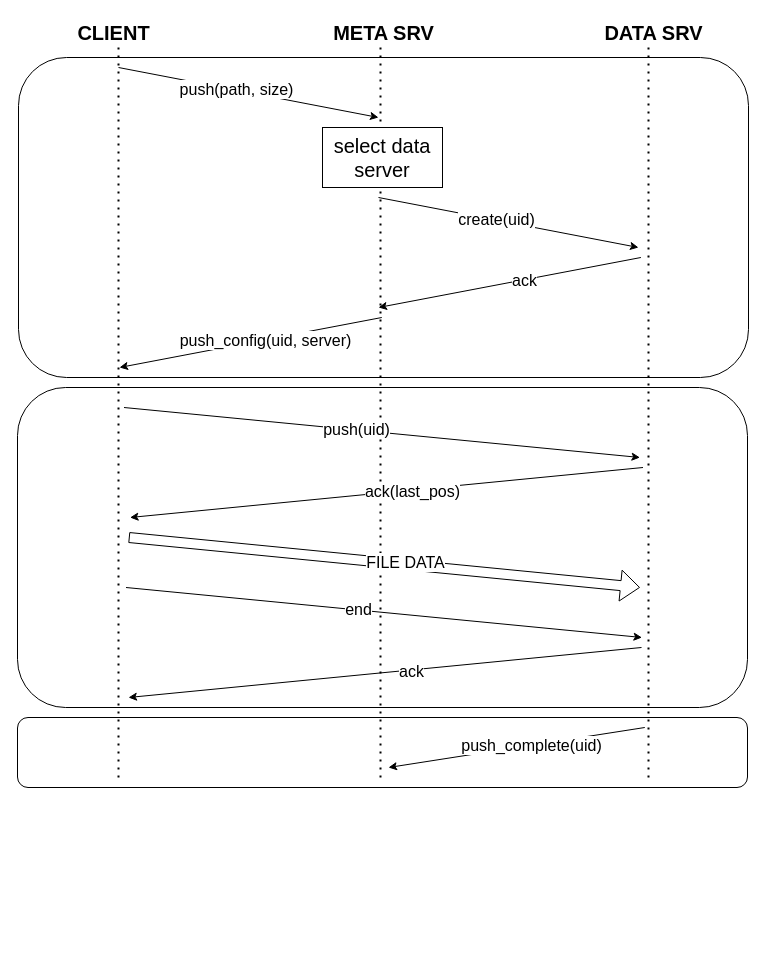
This is diagrams/requests/push request.drawio from ale99WGiais/tesina_iot, a draw.io file, before an edit. Source tidied: cells renumbered, new cells numbered last; positions are measured from the earlier drawing's top-left corner, leaving out a move shared by most shapes. Both pictures are drawn from the tidied source at 100%, with x=0, y=0 at pixel (17, 17).
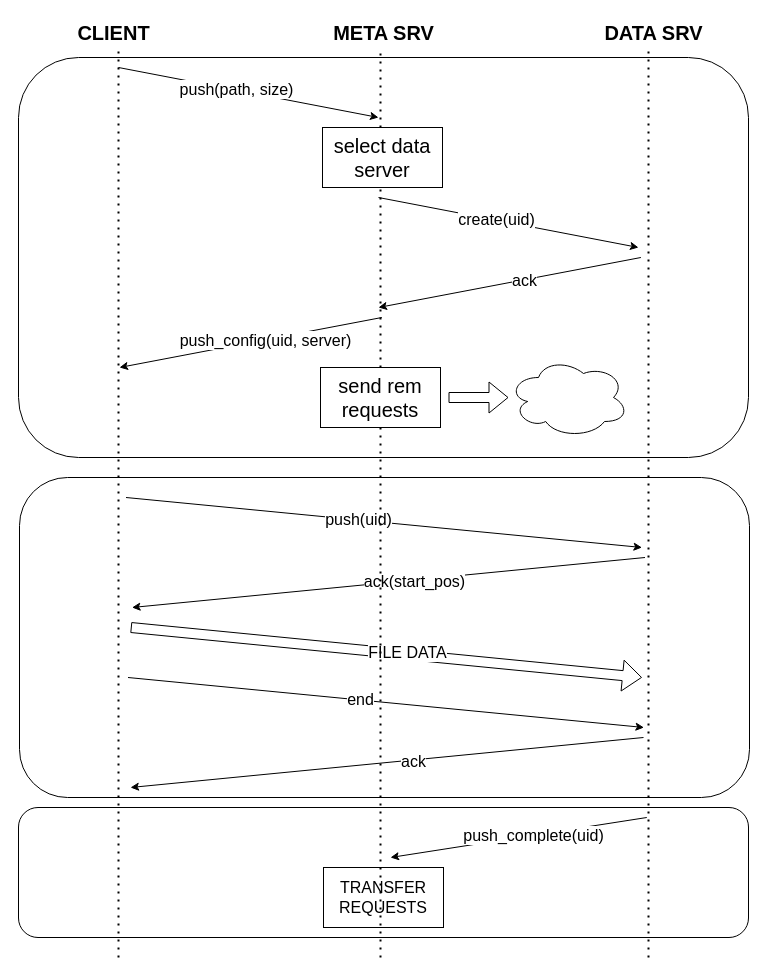
Above is the later version.

What changed in the source:
```diff
@@
     <mxCell id="2" style="rounded=1;whiteSpace=wrap;html=1;fontSize=16;" parent="1" vertex="1">
-      <mxGeometry y="700" width="730" height="70" as="geometry" />
+      <mxGeometry x="1" y="790" width="730" height="130" as="geometry" />
     </mxCell>
     <mxCell id="3" style="rounded=1;whiteSpace=wrap;html=1;fontSize=16;" parent="1" vertex="1">
-      <mxGeometry y="370" width="730" height="320" as="geometry" />
+      <mxGeometry x="2" y="460" width="730" height="320" as="geometry" />
     </mxCell>
     <mxCell id="4" style="rounded=1;whiteSpace=wrap;html=1;fontSize=16;" parent="1" vertex="1">
-      <mxGeometry x="1" y="40" width="730" height="320" as="geometry" />
+      <mxGeometry x="1" y="40" width="730" height="400" as="geometry" />
     </mxCell>
-    <mxCell id="5" style="endArrow=none;dashed=1;html=1;dashPattern=1 3;strokeWidth=2;fontSize=12;" parent="1" edge="1">
+    <mxCell id="5" style="endArrow=none;dashed=1;html=1;dashPattern=1 3;strokeWidth=2;fontSize=12;" parent="1" edge="1" source="33">
       <mxGeometry relative="1" as="geometry">
-        <mxPoint x="363" y="760" as="sourcePoint" />
         <mxPoint x="363" y="30" as="targetPoint" />
       </mxGeometry>
     </mxCell>
@@
     <mxCell id="17" style="endArrow=classic;html=1;fontSize=16;" parent="1" edge="1">
       <mxGeometry relative="1" as="geometry">
-        <mxPoint x="106.5" y="390" as="sourcePoint" />
-        <mxPoint x="622.5" y="440" as="targetPoint" />
+        <mxPoint x="108.5" y="480" as="sourcePoint" />
+        <mxPoint x="624.5" y="530" as="targetPoint" />
       </mxGeometry>
     </mxCell>
@@
     <mxCell id="19" style="endArrow=none;dashed=1;html=1;dashPattern=1 3;strokeWidth=2;fontSize=12;" parent="1" edge="1">
       <mxGeometry relative="1" as="geometry">
-        <mxPoint x="101" y="760" as="sourcePoint" />
+        <mxPoint x="101" y="940" as="sourcePoint" />
         <mxPoint x="101" y="30" as="targetPoint" />
       </mxGeometry>
     </mxCell>
     <mxCell id="20" style="endArrow=none;dashed=1;html=1;dashPattern=1 3;strokeWidth=2;fontSize=12;" parent="1" edge="1">
       <mxGeometry relative="1" as="geometry">
-        <mxPoint x="631" y="760" as="sourcePoint" />
+        <mxPoint x="631" y="940" as="sourcePoint" />
         <mxPoint x="631" y="30" as="targetPoint" />
       </mxGeometry>
     </mxCell>
@@
     <mxCell id="22" style="endArrow=classic;html=1;fontSize=16;" parent="1" edge="1">
       <mxGeometry relative="1" as="geometry">
-        <mxPoint x="625.5" y="450" as="sourcePoint" />
-        <mxPoint x="112.5" y="500" as="targetPoint" />
+        <mxPoint x="627.5" y="540" as="sourcePoint" />
+        <mxPoint x="114.5" y="590" as="targetPoint" />
       </mxGeometry>
     </mxCell>
-    <mxCell id="23" value="ack(last_pos)" style="edgeLabel;html=1;align=center;verticalAlign=middle;fontSize=16;" parent="22" vertex="1">
+    <mxCell id="23" value="ack(start_pos)" style="edgeLabel;html=1;align=center;verticalAlign=middle;fontSize=16;" parent="22" vertex="1">
       <mxGeometry x="-0.1" y="1" relative="1" as="geometry" />
     </mxCell>
     <mxCell id="24" style="shape=flexArrow;endArrow=classic;html=1;fontSize=16;" parent="1" edge="1">
       <mxGeometry relative="1" as="geometry">
-        <mxPoint x="111.3" y="520" as="sourcePoint" />
-        <mxPoint x="622.5" y="570" as="targetPoint" />
+        <mxPoint x="113.3" y="610" as="sourcePoint" />
+        <mxPoint x="624.5" y="660" as="targetPoint" />
       </mxGeometry>
     </mxCell>
@@
     <mxCell id="26" style="endArrow=classic;html=1;fontSize=16;" parent="1" edge="1">
       <mxGeometry relative="1" as="geometry">
-        <mxPoint x="108.5" y="570" as="sourcePoint" />
-        <mxPoint x="624.5" y="620" as="targetPoint" />
+        <mxPoint x="110.5" y="660" as="sourcePoint" />
+        <mxPoint x="626.5" y="710" as="targetPoint" />
       </mxGeometry>
     </mxCell>
@@
     <mxCell id="28" style="endArrow=classic;html=1;fontSize=16;" parent="1" edge="1">
       <mxGeometry relative="1" as="geometry">
-        <mxPoint x="624" y="630" as="sourcePoint" />
-        <mxPoint x="111" y="680" as="targetPoint" />
+        <mxPoint x="626" y="720" as="sourcePoint" />
+        <mxPoint x="113" y="770" as="targetPoint" />
       </mxGeometry>
     </mxCell>
@@
     <mxCell id="30" style="endArrow=classic;html=1;fontSize=16;" parent="1" edge="1">
       <mxGeometry relative="1" as="geometry">
-        <mxPoint x="627.3" y="710" as="sourcePoint" />
-        <mxPoint x="371" y="750" as="targetPoint" />
+        <mxPoint x="629.3" y="800" as="sourcePoint" />
+        <mxPoint x="373" y="840" as="targetPoint" />
       </mxGeometry>
     </mxCell>
@@
+    <mxCell id="32" value="&lt;font style=&quot;font-size: 16px;&quot;&gt;TRANSFER REQUESTS&lt;/font&gt;" style="rounded=0;whiteSpace=wrap;html=1;fontSize=16;" parent="1" vertex="1">
+      <mxGeometry x="306" y="850" width="120" height="60" as="geometry" />
+    </mxCell>
+    <mxCell id="33" value="&lt;div&gt;send rem requests&lt;/div&gt;" style="rounded=0;whiteSpace=wrap;html=1;fontSize=20;" parent="1" vertex="1">
+      <mxGeometry x="303" y="350" width="120" height="60" as="geometry" />
+    </mxCell>
+    <mxCell id="34" style="endArrow=none;dashed=1;html=1;dashPattern=1 3;strokeWidth=2;fontSize=12;" parent="1" edge="1" target="33">
+      <mxGeometry relative="1" as="geometry">
+        <mxPoint x="363" y="940" as="sourcePoint" />
+      </mxGeometry>
+    </mxCell>
+    <mxCell id="35" style="shape=flexArrow;endArrow=classic;html=1;fontSize=16;" parent="1" edge="1">
+      <mxGeometry relative="1" as="geometry">
+        <mxPoint x="431" y="380" as="sourcePoint" />
+        <mxPoint x="491" y="380" as="targetPoint" />
+      </mxGeometry>
+    </mxCell>
+    <mxCell id="36" style="ellipse;shape=cloud;whiteSpace=wrap;html=1;fontSize=16;" parent="1" vertex="1">
+      <mxGeometry x="491" y="340" width="120" height="80" as="geometry" />
+    </mxCell>
```
